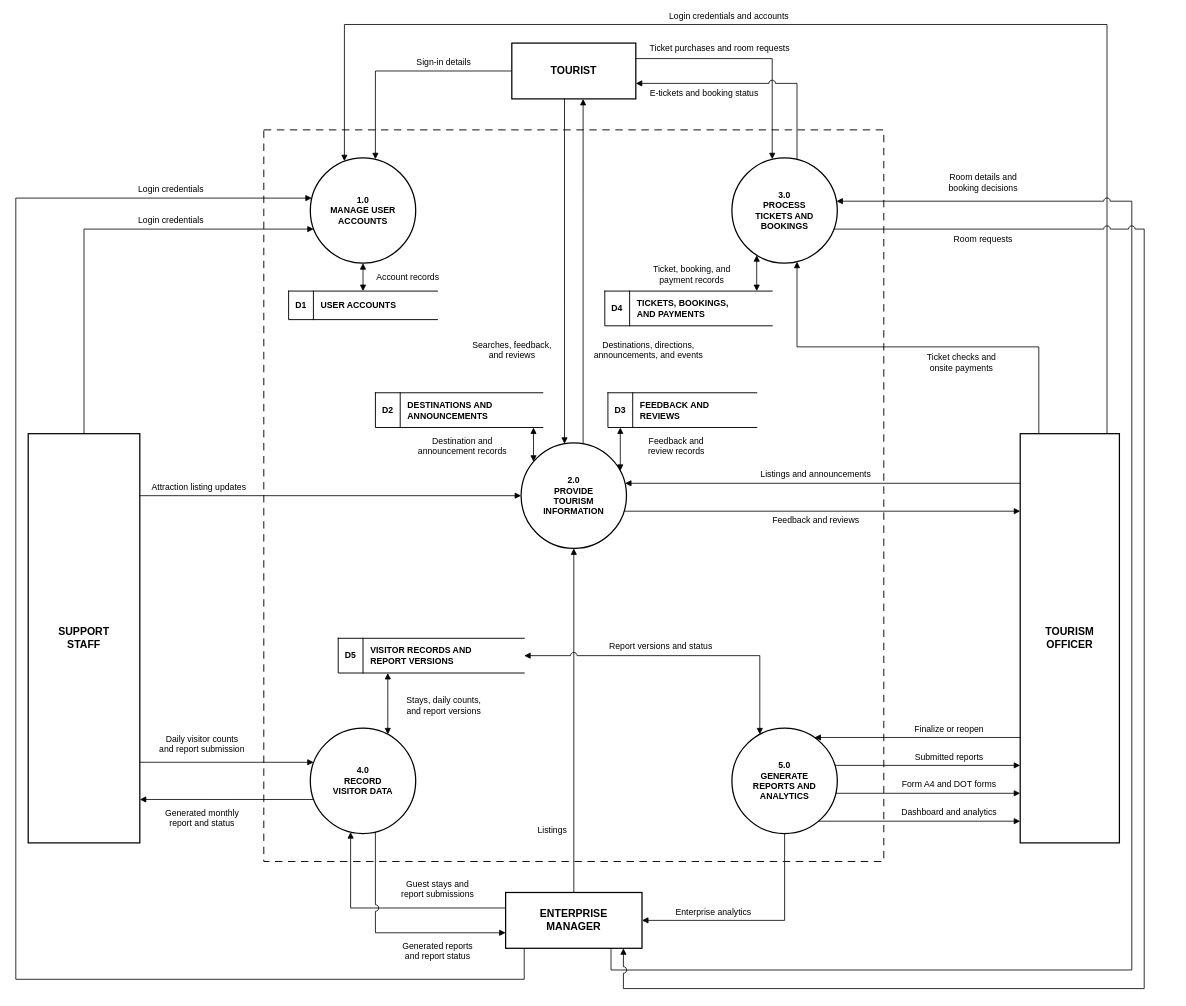
This is docs/diagrams/ztims-top-level-diagram.drawio from jefee0101/ZTIMS, a draw.io file, before an edit. Source tidied: cells renumbered, new cells numbered last; positions are measured from the earlier drawing's top-left corner, leaving out a move shared by most shapes. Both pictures are drawn from the tidied source at 62%, with x=0, y=0 at pixel (16, 24).
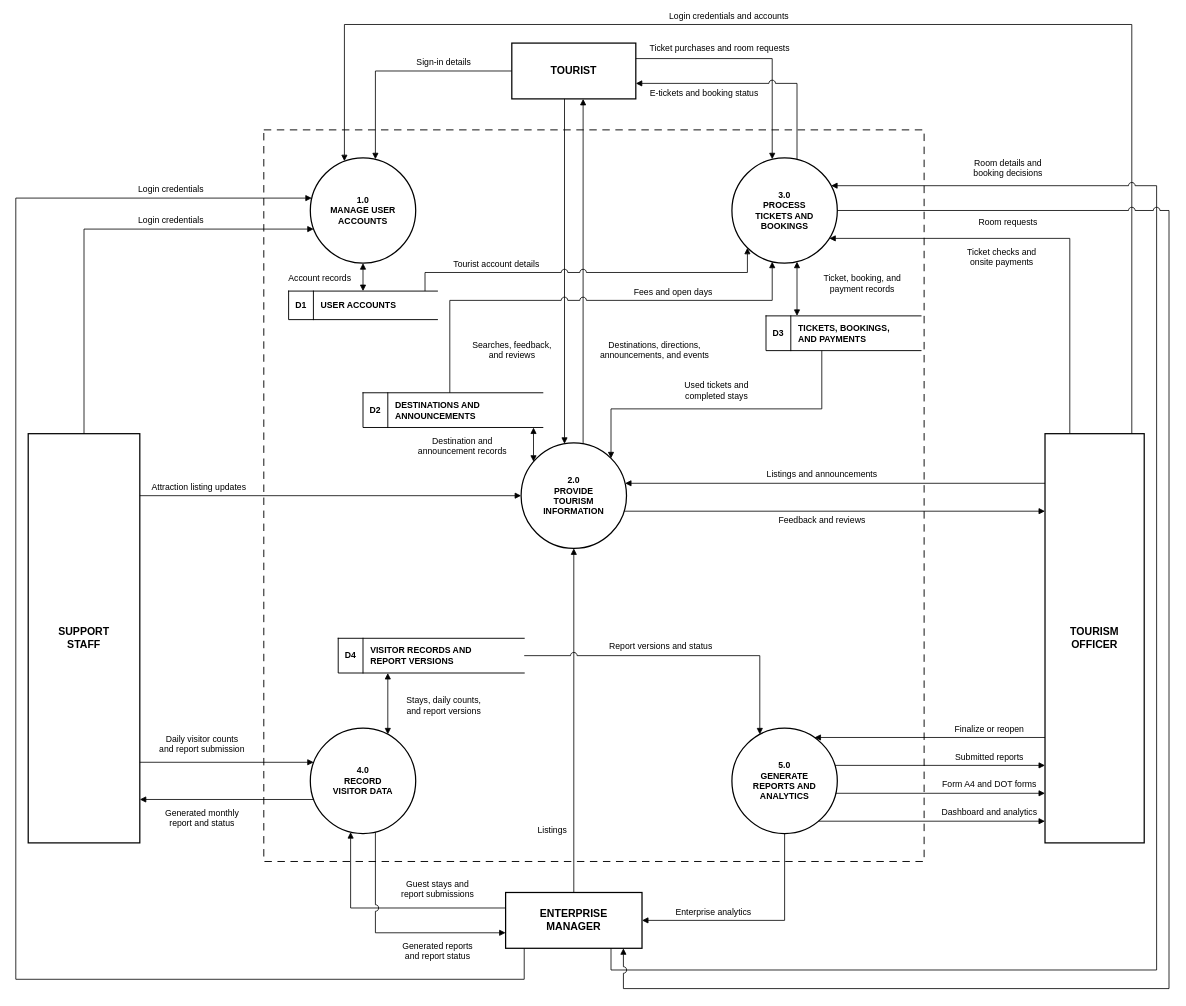
The same diagram, later.

Commit message (it also covers changes not shown here):
Figure 5: keep only data stores shared by two or more processes

Drops the feedback-and-reviews store (used by 2.0 alone) and draws the
real reads that make the other stores shared: account details and fees
for purchases, used tickets and completed stays for reviews.

Claude-Session: https://claude.ai/code/session_01KDNTRHj1XQUXovvpA1ypSB

The change refers to these unchanged cells:
```xml
<mxCell id="3" value="TOURIST" style="rounded=0;whiteSpace=wrap;html=1;fillColor=#ffffff;strokeColor=#000000;strokeWidth=2;fontColor=#000000;fontStyle=1;fontSize=17;" parent="1" vertex="1">
  <mxGeometry x="800" y="30" width="200" height="90" as="geometry" />
</mxCell>
<mxCell id="6" value="ENTERPRISE&lt;br&gt;MANAGER" style="rounded=0;whiteSpace=wrap;html=1;fillColor=#ffffff;strokeColor=#000000;strokeWidth=2;fontColor=#000000;fontStyle=1;fontSize=17;" parent="1" vertex="1">
  <mxGeometry x="790" y="1400" width="220" height="90" as="geometry" />
</mxCell>
<mxCell id="7" value="1.0&lt;br&gt;MANAGE USER&lt;br&gt;ACCOUNTS" style="ellipse;whiteSpace=wrap;html=1;fillColor=#ffffff;strokeColor=#000000;strokeWidth=2;fontColor=#000000;fontStyle=1;fontSize=14;" parent="1" vertex="1">
  <mxGeometry x="475" y="215" width="170" height="170" as="geometry" />
</mxCell>
<mxCell id="8" value="3.0&lt;br&gt;PROCESS&lt;br&gt;TICKETS AND&lt;br&gt;BOOKINGS" style="ellipse;whiteSpace=wrap;html=1;fillColor=#ffffff;strokeColor=#000000;strokeWidth=2;fontColor=#000000;fontStyle=1;fontSize=14;" parent="1" vertex="1">
  <mxGeometry x="1155" y="215" width="170" height="170" as="geometry" />
</mxCell>
<mxCell id="9" value="2.0&lt;br&gt;PROVIDE&lt;br&gt;TOURISM&lt;br&gt;INFORMATION" style="ellipse;whiteSpace=wrap;html=1;fillColor=#ffffff;strokeColor=#000000;strokeWidth=2;fontColor=#000000;fontStyle=1;fontSize=14;" parent="1" vertex="1">
  <mxGeometry x="815" y="675" width="170" height="170" as="geometry" />
</mxCell>
<mxCell id="10" value="4.0&lt;br&gt;RECORD&lt;br&gt;VISITOR DATA" style="ellipse;whiteSpace=wrap;html=1;fillColor=#ffffff;strokeColor=#000000;strokeWidth=2;fontColor=#000000;fontStyle=1;fontSize=14;" parent="1" vertex="1">
  <mxGeometry x="475" y="1135" width="170" height="170" as="geometry" />
</mxCell>
<mxCell id="11" value="5.0&lt;br&gt;GENERATE&lt;br&gt;REPORTS AND&lt;br&gt;ANALYTICS" style="ellipse;whiteSpace=wrap;html=1;fillColor=#ffffff;strokeColor=#000000;strokeWidth=2;fontColor=#000000;fontStyle=1;fontSize=14;" parent="1" vertex="1">
  <mxGeometry x="1155" y="1135" width="170" height="170" as="geometry" />
</mxCell>
<mxCell id="12" value="USER ACCOUNTS" style="shape=partialRectangle;right=0;whiteSpace=wrap;html=1;align=left;spacingLeft=50;fillColor=#ffffff;strokeColor=#000000;strokeWidth=1.5;fontColor=#000000;fontStyle=1;fontSize=14;" parent="1" vertex="1">
  <mxGeometry x="440" y="430" width="240" height="46" as="geometry" />
</mxCell>
```

What changed in the source:
```diff
@@
     <mxCell id="2" style="rounded=0;dashed=1;dashPattern=8 6;fillColor=none;strokeColor=#000000;strokeWidth=1.5;html=1;" parent="1" vertex="1">
-      <mxGeometry x="400" y="170" width="1000" height="1180" as="geometry" />
+      <mxGeometry x="400" y="170" width="1065" height="1180" as="geometry" />
     </mxCell>
@@
     <mxCell id="5" value="TOURISM&lt;br&gt;OFFICER" style="rounded=0;whiteSpace=wrap;html=1;fillColor=#ffffff;strokeColor=#000000;strokeWidth=2;fontColor=#000000;fontStyle=1;fontSize=17;" parent="1" vertex="1">
-      <mxGeometry x="1620" y="660" width="160" height="660" as="geometry" />
+      <mxGeometry x="1660" y="660" width="160" height="660" as="geometry" />
     </mxCell>
@@
-    <mxCell id="14" value="TICKETS, BOOKINGS,&lt;br&gt;AND PAYMENTS" style="shape=partialRectangle;right=0;whiteSpace=wrap;html=1;align=left;spacingLeft=50;fillColor=#ffffff;strokeColor=#000000;strokeWidth=1.5;fontColor=#000000;fontStyle=1;fontSize=14;" parent="1" vertex="1">
-      <mxGeometry x="950" y="430" width="270" height="56" as="geometry" />
-    </mxCell>
-    <mxCell id="15" value="D4" style="shape=partialRectangle;top=0;bottom=0;left=0;whiteSpace=wrap;html=1;fillColor=none;strokeColor=#000000;strokeWidth=1.5;fontColor=#000000;fontStyle=1;fontSize=14;" parent="1" vertex="1">
-      <mxGeometry x="950" y="430" width="40" height="56" as="geometry" />
-    </mxCell>
     <mxCell id="16" value="DESTINATIONS AND&lt;br&gt;ANNOUNCEMENTS" style="shape=partialRectangle;right=0;whiteSpace=wrap;html=1;align=left;spacingLeft=50;fillColor=#ffffff;strokeColor=#000000;strokeWidth=1.5;fontColor=#000000;fontStyle=1;fontSize=14;" parent="1" vertex="1">
-      <mxGeometry x="580" y="594" width="270" height="56" as="geometry" />
+      <mxGeometry x="560" y="594" width="290" height="56" as="geometry" />
     </mxCell>
     <mxCell id="17" value="D2" style="shape=partialRectangle;top=0;bottom=0;left=0;whiteSpace=wrap;html=1;fillColor=none;strokeColor=#000000;strokeWidth=1.5;fontColor=#000000;fontStyle=1;fontSize=14;" parent="1" vertex="1">
-      <mxGeometry x="580" y="594" width="40" height="56" as="geometry" />
+      <mxGeometry x="560" y="594" width="40" height="56" as="geometry" />
     </mxCell>
-    <mxCell id="18" value="FEEDBACK AND&lt;br&gt;REVIEWS" style="shape=partialRectangle;right=0;whiteSpace=wrap;html=1;align=left;spacingLeft=50;fillColor=#ffffff;strokeColor=#000000;strokeWidth=1.5;fontColor=#000000;fontStyle=1;fontSize=14;" parent="1" vertex="1">
-      <mxGeometry x="955" y="594" width="240" height="56" as="geometry" />
+    <mxCell id="18" value="TICKETS, BOOKINGS,&lt;br&gt;AND PAYMENTS" style="shape=partialRectangle;right=0;whiteSpace=wrap;html=1;align=left;spacingLeft=50;fillColor=#ffffff;strokeColor=#000000;strokeWidth=1.5;fontColor=#000000;fontStyle=1;fontSize=14;" parent="1" vertex="1">
+      <mxGeometry x="1210" y="470" width="250" height="56" as="geometry" />
     </mxCell>
     <mxCell id="19" value="D3" style="shape=partialRectangle;top=0;bottom=0;left=0;whiteSpace=wrap;html=1;fillColor=none;strokeColor=#000000;strokeWidth=1.5;fontColor=#000000;fontStyle=1;fontSize=14;" parent="1" vertex="1">
-      <mxGeometry x="955" y="594" width="40" height="56" as="geometry" />
+      <mxGeometry x="1210" y="470" width="40" height="56" as="geometry" />
     </mxCell>
-    <mxCell id="20" value="VISITOR RECORDS AND&lt;br&gt;REPORT VERSIONS" style="shape=partialRectangle;right=0;whiteSpace=wrap;html=1;align=left;spacingLeft=50;fillColor=#ffffff;strokeColor=#000000;strokeWidth=1.5;fontColor=#000000;fontStyle=1;fontSize=14;" parent="1" vertex="1">
-      <mxGeometry x="520" y="990" width="300" height="56" as="geometry" />
-    </mxCell>
-    <mxCell id="21" value="D5" style="shape=partialRectangle;top=0;bottom=0;left=0;whiteSpace=wrap;html=1;fillColor=none;strokeColor=#000000;strokeWidth=1.5;fontColor=#000000;fontStyle=1;fontSize=14;" parent="1" vertex="1">
-      <mxGeometry x="520" y="990" width="40" height="56" as="geometry" />
-    </mxCell>
+    <mxCell id="14" value="VISITOR RECORDS AND&lt;br&gt;REPORT VERSIONS" style="shape=partialRectangle;right=0;whiteSpace=wrap;html=1;align=left;spacingLeft=50;fillColor=#ffffff;strokeColor=#000000;strokeWidth=1.5;fontColor=#000000;fontStyle=1;fontSize=14;" parent="1" vertex="1">
+      <mxGeometry x="520" y="990" width="300" height="56" as="geometry" />
+    </mxCell>
+    <mxCell id="15" value="D4" style="shape=partialRectangle;top=0;bottom=0;left=0;whiteSpace=wrap;html=1;fillColor=none;strokeColor=#000000;strokeWidth=1.5;fontColor=#000000;fontStyle=1;fontSize=14;" parent="1" vertex="1">
+      <mxGeometry x="520" y="990" width="40" height="56" as="geometry" />
+    </mxCell>
@@
     <mxCell id="26" value="Destinations, directions,&lt;br&gt;announcements, and events" style="edgeStyle=none;rounded=0;html=1;endArrow=block;endFill=1;endSize=7;strokeColor=#000000;strokeWidth=1.3;fontColor=#000000;fontSize=14;labelBackgroundColor=none;jumpStyle=arc;jumpSize=10;exitX=0.5882;exitY=0.0078;exitPerimeter=0;entryX=0.5750;entryY=1.0000;entryPerimeter=0;" parent="1" edge="1" source="9" target="3">
       <mxGeometry relative="1" as="geometry">
-        <mxPoint x="105" y="126.8" as="offset" />
+        <mxPoint x="115" y="126.8" as="offset" />
       </mxGeometry>
     </mxCell>
@@
     <mxCell id="31" value="Login credentials and accounts" style="edgeStyle=none;rounded=0;html=1;endArrow=block;endFill=1;endSize=7;strokeColor=#000000;strokeWidth=1.3;fontColor=#000000;fontSize=14;labelBackgroundColor=none;jumpStyle=arc;jumpSize=10;exitX=0.8750;exitY=0.0000;exitPerimeter=0;entryX=0.3235;entryY=0.0322;entryPerimeter=0;" parent="1" edge="1" source="5" target="7">
       <mxGeometry relative="1" as="geometry">
         <Array as="points">
-          <mxPoint x="1760" />
+          <mxPoint x="1800" />
           <mxPoint x="530" />
         </Array>
-        <mxPoint x="-214.8" y="-14" as="offset" />
+        <mxPoint x="-234.8" y="-14" as="offset" />
       </mxGeometry>
     </mxCell>
-    <mxCell id="32" value="Ticket checks and&lt;br&gt;onsite payments" style="edgeStyle=none;rounded=0;html=1;endArrow=block;endFill=1;endSize=7;strokeColor=#000000;strokeWidth=1.3;fontColor=#000000;fontSize=14;labelBackgroundColor=none;jumpStyle=arc;jumpSize=10;exitX=0.1875;exitY=0.0000;exitPerimeter=0;entryX=0.6176;entryY=0.9860;entryPerimeter=0;" parent="1" edge="1" source="5" target="8">
+    <mxCell id="32" value="Ticket checks and&lt;br&gt;onsite payments" style="edgeStyle=none;rounded=0;html=1;endArrow=block;endFill=1;endSize=7;strokeColor=#000000;strokeWidth=1.3;fontColor=#000000;fontSize=14;labelBackgroundColor=none;jumpStyle=arc;jumpSize=10;exitX=0.2500;exitY=0.0000;exitPerimeter=0;entryX=0.9242;entryY=0.7647;entryPerimeter=0;" parent="1" edge="1" source="5" target="8">
       <mxGeometry relative="1" as="geometry">
         <Array as="points">
-          <mxPoint x="1650" y="520" />
-          <mxPoint x="1260" y="520" />
+          <mxPoint x="1700" y="345" />
         </Array>
-        <mxPoint x="68.7" y="25" as="offset" />
+        <mxPoint x="-73.6" y="30" as="offset" />
       </mxGeometry>
     </mxCell>
     <mxCell id="33" value="Listings and announcements" style="edgeStyle=none;rounded=0;html=1;endArrow=block;endFill=1;endSize=7;strokeColor=#000000;strokeWidth=1.3;fontColor=#000000;fontSize=14;labelBackgroundColor=none;jumpStyle=arc;jumpSize=10;exitX=0.0000;exitY=0.1212;exitPerimeter=0;entryX=0.9860;entryY=0.3824;entryPerimeter=0;" parent="1" edge="1" source="5" target="9">
       <mxGeometry relative="1" as="geometry">
-        <mxPoint x="-11.3" y="-14" as="offset" />
+        <mxPoint x="-21.3" y="-14" as="offset" />
       </mxGeometry>
     </mxCell>
     <mxCell id="34" value="Feedback and reviews" style="edgeStyle=none;rounded=0;html=1;endArrow=block;endFill=1;endSize=7;strokeColor=#000000;strokeWidth=1.3;fontColor=#000000;fontSize=14;labelBackgroundColor=none;jumpStyle=arc;jumpSize=10;exitX=0.9779;exitY=0.6471;exitPerimeter=0;entryX=0.0000;entryY=0.1894;entryPerimeter=0;" parent="1" edge="1" source="9" target="5">
       <mxGeometry relative="1" as="geometry">
-        <mxPoint x="-10.6" y="15" as="offset" />
+        <mxPoint x="-20.6" y="15" as="offset" />
       </mxGeometry>
     </mxCell>
     <mxCell id="35" value="Finalize or reopen" style="edgeStyle=none;rounded=0;html=1;endArrow=block;endFill=1;endSize=7;strokeColor=#000000;strokeWidth=1.3;fontColor=#000000;fontSize=14;labelBackgroundColor=none;jumpStyle=arc;jumpSize=10;exitX=0.0000;exitY=0.7424;exitPerimeter=0;entryX=0.7836;entryY=0.0882;entryPerimeter=0;" parent="1" edge="1" source="5" target="11">
       <mxGeometry relative="1" as="geometry">
-        <mxPoint x="50.9" y="-14" as="offset" />
+        <mxPoint x="95.9" y="-14" as="offset" />
       </mxGeometry>
     </mxCell>
     <mxCell id="36" value="Submitted reports" style="edgeStyle=none;rounded=0;html=1;endArrow=block;endFill=1;endSize=7;strokeColor=#000000;strokeWidth=1.3;fontColor=#000000;fontSize=14;labelBackgroundColor=none;jumpStyle=arc;jumpSize=10;exitX=0.9779;exitY=0.3529;exitPerimeter=0;entryX=0.0000;entryY=0.8106;entryPerimeter=0;" parent="1" edge="1" source="11" target="5">
       <mxGeometry relative="1" as="geometry">
-        <mxPoint x="34.4" y="-14" as="offset" />
+        <mxPoint x="79.4" y="-14" as="offset" />
       </mxGeometry>
     </mxCell>
     <mxCell id="37" value="Form A4 and DOT forms" style="edgeStyle=none;rounded=0;html=1;endArrow=block;endFill=1;endSize=7;strokeColor=#000000;strokeWidth=1.3;fontColor=#000000;fontSize=14;labelBackgroundColor=none;jumpStyle=arc;jumpSize=10;exitX=0.9860;exitY=0.6176;exitPerimeter=0;entryX=0.0000;entryY=0.8788;entryPerimeter=0;" parent="1" edge="1" source="11" target="5">
       <mxGeometry relative="1" as="geometry">
-        <mxPoint x="33.7" y="-14" as="offset" />
+        <mxPoint x="78.7" y="-14" as="offset" />
       </mxGeometry>
     </mxCell>
     <mxCell id="38" value="Dashboard and analytics" style="edgeStyle=none;rounded=0;html=1;endArrow=block;endFill=1;endSize=7;strokeColor=#000000;strokeWidth=1.3;fontColor=#000000;fontSize=14;labelBackgroundColor=none;jumpStyle=arc;jumpSize=10;exitX=0.8222;exitY=0.8824;exitPerimeter=0;entryX=0.0000;entryY=0.9470;entryPerimeter=0;" parent="1" edge="1" source="11" target="5">
       <mxGeometry relative="1" as="geometry">
-        <mxPoint x="47.6" y="-14" as="offset" />
+        <mxPoint x="92.6" y="-14" as="offset" />
       </mxGeometry>
     </mxCell>
@@
-    <mxCell id="44" value="Room details and&lt;br&gt;booking decisions" style="edgeStyle=none;rounded=0;html=1;endArrow=block;endFill=1;endSize=7;strokeColor=#000000;strokeWidth=1.3;fontColor=#000000;fontSize=14;labelBackgroundColor=none;jumpStyle=arc;jumpSize=10;exitX=0.7727;exitY=1.0000;exitPerimeter=0;entryX=0.9922;entryY=0.4118;entryPerimeter=0;" parent="1" edge="1" source="6" target="8">
+    <mxCell id="44" value="Room details and&lt;br&gt;booking decisions" style="edgeStyle=none;rounded=0;html=1;endArrow=block;endFill=1;endSize=7;strokeColor=#000000;strokeWidth=1.3;fontColor=#000000;fontSize=14;labelBackgroundColor=none;jumpStyle=arc;jumpSize=10;exitX=0.7727;exitY=1.0000;exitPerimeter=0;entryX=0.9412;entryY=0.2647;entryPerimeter=0;" parent="1" edge="1" source="6" target="8">
       <mxGeometry relative="1" as="geometry">
         <Array as="points">
           <mxPoint x="960" y="1525" />
-          <mxPoint x="1800" y="1525" />
-          <mxPoint x="1800" y="285" />
+          <mxPoint x="1840" y="1525" />
+          <mxPoint x="1840" y="260" />
         </Array>
-        <mxPoint x="-240" y="-849.3" as="offset" />
+        <mxPoint x="-240" y="-857.5" as="offset" />
       </mxGeometry>
     </mxCell>
-    <mxCell id="45" value="Room requests" style="edgeStyle=none;rounded=0;html=1;endArrow=block;endFill=1;endSize=7;strokeColor=#000000;strokeWidth=1.3;fontColor=#000000;fontSize=14;labelBackgroundColor=none;jumpStyle=arc;jumpSize=10;exitX=0.9678;exitY=0.6765;exitPerimeter=0;entryX=0.8636;entryY=1.0000;entryPerimeter=0;" parent="1" edge="1" source="8" target="6">
+    <mxCell id="45" value="Room requests" style="edgeStyle=none;rounded=0;html=1;endArrow=block;endFill=1;endSize=7;strokeColor=#000000;strokeWidth=1.3;fontColor=#000000;fontSize=14;labelBackgroundColor=none;jumpStyle=arc;jumpSize=10;exitX=1.0000;exitY=0.5000;exitPerimeter=0;entryX=0.8636;entryY=1.0000;entryPerimeter=0;" parent="1" edge="1" source="8" target="6">
       <mxGeometry relative="1" as="geometry">
         <Array as="points">
-          <mxPoint x="1820" y="330" />
-          <mxPoint x="1820" y="1555" />
+          <mxPoint x="1860" y="300" />
+          <mxPoint x="1860" y="1555" />
           <mxPoint x="980" y="1555" />
         </Array>
-        <mxPoint x="-260" y="-798.8" as="offset" />
+        <mxPoint x="-260" y="-814.5" as="offset" />
       </mxGeometry>
     </mxCell>
     <mxCell id="46" value="Account records" style="edgeStyle=none;rounded=0;html=1;endArrow=block;endFill=1;endSize=7;strokeColor=#000000;strokeWidth=1.3;fontColor=#000000;fontSize=14;labelBackgroundColor=none;jumpStyle=arc;jumpSize=10;startArrow=block;startFill=1;startSize=7;exitX=0.5000;exitY=1.0000;exitPerimeter=0;entryX=0.5000;entryY=0.0000;entryPerimeter=0;" parent="1" edge="1" source="7" target="12">
       <mxGeometry relative="1" as="geometry">
-        <mxPoint x="72" y="-0.5" as="offset" />
+        <mxPoint x="-70" y="0.5" as="offset" />
       </mxGeometry>
     </mxCell>
-    <mxCell id="47" value="Ticket, booking, and&lt;br&gt;payment records" style="edgeStyle=none;rounded=0;html=1;endArrow=block;endFill=1;endSize=7;strokeColor=#000000;strokeWidth=1.3;fontColor=#000000;fontSize=14;labelBackgroundColor=none;jumpStyle=arc;jumpSize=10;startArrow=block;startFill=1;startSize=7;exitX=0.2353;exitY=0.9242;exitPerimeter=0;entryX=0.9074;entryY=0.0000;entryPerimeter=0;" parent="1" edge="1" source="8" target="14">
+    <mxCell id="47" value="Tourist account details" style="edgeStyle=none;rounded=0;html=1;endArrow=block;endFill=1;endSize=7;strokeColor=#000000;strokeWidth=1.3;fontColor=#000000;fontSize=14;labelBackgroundColor=none;jumpStyle=arc;jumpSize=10;exitX=0.9167;exitY=0.0000;exitPerimeter=0;entryX=0.1471;entryY=0.8542;entryPerimeter=0;" parent="1" edge="1" source="12" target="8">
       <mxGeometry relative="1" as="geometry">
-        <mxPoint x="-105" y="1.9" as="offset" />
+        <Array as="points">
+          <mxPoint x="660" y="400" />
+          <mxPoint x="1180" y="400" />
+        </Array>
+        <mxPoint x="-149.9" y="-14" as="offset" />
       </mxGeometry>
     </mxCell>
-    <mxCell id="48" value="Destination and&lt;br&gt;announcement records" style="edgeStyle=none;rounded=0;html=1;endArrow=block;endFill=1;endSize=7;strokeColor=#000000;strokeWidth=1.3;fontColor=#000000;fontSize=14;labelBackgroundColor=none;jumpStyle=arc;jumpSize=10;startArrow=block;startFill=1;startSize=7;exitX=0.1176;exitY=0.1778;exitPerimeter=0;entryX=0.9444;entryY=1.0000;entryPerimeter=0;" parent="1" edge="1" source="9" target="16">
+    <mxCell id="48" value="Destination and&lt;br&gt;announcement records" style="edgeStyle=none;rounded=0;html=1;endArrow=block;endFill=1;endSize=7;strokeColor=#000000;strokeWidth=1.3;fontColor=#000000;fontSize=14;labelBackgroundColor=none;jumpStyle=arc;jumpSize=10;startArrow=block;startFill=1;startSize=7;exitX=0.1176;exitY=0.1778;exitPerimeter=0;entryX=0.9483;entryY=1.0000;entryPerimeter=0;" parent="1" edge="1" source="9" target="16">
       <mxGeometry relative="1" as="geometry">
         <mxPoint x="-115" y="2.4" as="offset" />
       </mxGeometry>
     </mxCell>
-    <mxCell id="49" value="Feedback and&lt;br&gt;review records" style="edgeStyle=none;rounded=0;html=1;endArrow=block;endFill=1;endSize=7;strokeColor=#000000;strokeWidth=1.3;fontColor=#000000;fontSize=14;labelBackgroundColor=none;jumpStyle=arc;jumpSize=10;startArrow=block;startFill=1;startSize=7;exitX=0.9412;exitY=0.2647;exitPerimeter=0;entryX=0.0833;entryY=1.0000;entryPerimeter=0;" parent="1" edge="1" source="9" target="18">
+    <mxCell id="49" value="Fees and open days" style="edgeStyle=none;rounded=0;html=1;endArrow=block;endFill=1;endSize=7;strokeColor=#000000;strokeWidth=1.3;fontColor=#000000;fontSize=14;labelBackgroundColor=none;jumpStyle=arc;jumpSize=10;exitX=0.4828;exitY=0.0000;exitPerimeter=0;entryX=0.3824;entryY=0.9860;entryPerimeter=0;" parent="1" edge="1" source="16" target="8">
       <mxGeometry relative="1" as="geometry">
-        <mxPoint x="90" y="-5" as="offset" />
+        <Array as="points">
+          <mxPoint x="700" y="445" />
+          <mxPoint x="1220" y="445" />
+        </Array>
+        <mxPoint x="143.3" y="-14" as="offset" />
       </mxGeometry>
     </mxCell>
-    <mxCell id="50" value="Stays, daily counts,&lt;br&gt;and report versions" style="edgeStyle=none;rounded=0;html=1;endArrow=block;endFill=1;endSize=7;strokeColor=#000000;strokeWidth=1.3;fontColor=#000000;fontSize=14;labelBackgroundColor=none;jumpStyle=arc;jumpSize=10;startArrow=block;startFill=1;startSize=7;exitX=0.7353;exitY=0.0588;exitPerimeter=0;entryX=0.2667;entryY=1.0000;entryPerimeter=0;" parent="1" edge="1" source="10" target="20">
+    <mxCell id="50" value="Ticket, booking, and&lt;br&gt;payment records" style="edgeStyle=none;rounded=0;html=1;endArrow=block;endFill=1;endSize=7;strokeColor=#000000;strokeWidth=1.3;fontColor=#000000;fontSize=14;labelBackgroundColor=none;jumpStyle=arc;jumpSize=10;startArrow=block;startFill=1;startSize=7;exitX=0.6176;exitY=0.9860;exitPerimeter=0;entryX=0.2000;entryY=0.0000;entryPerimeter=0;" parent="1" edge="1" source="8" target="18">
       <mxGeometry relative="1" as="geometry">
-        <mxPoint x="90" y="2.5" as="offset" />
+        <mxPoint x="105" y="-8.3" as="offset" />
       </mxGeometry>
     </mxCell>
-    <mxCell id="51" value="Report versions and status" style="edgeStyle=none;rounded=0;html=1;endArrow=block;endFill=1;endSize=7;strokeColor=#000000;strokeWidth=1.3;fontColor=#000000;fontSize=14;labelBackgroundColor=none;jumpStyle=arc;jumpSize=10;startArrow=block;startFill=1;startSize=7;exitX=1.0000;exitY=0.5000;exitPerimeter=0;entryX=0.2647;entryY=0.0588;entryPerimeter=0;" parent="1" edge="1" source="20" target="11">
+    <mxCell id="51" value="Used tickets and&lt;br&gt;completed stays" style="edgeStyle=none;rounded=0;html=1;endArrow=block;endFill=1;endSize=7;strokeColor=#000000;strokeWidth=1.3;fontColor=#000000;fontSize=14;labelBackgroundColor=none;jumpStyle=arc;jumpSize=10;exitX=0.3600;exitY=1.0000;exitPerimeter=0;entryX=0.8529;entryY=0.1458;entryPerimeter=0;" parent="1" edge="1" source="18" target="9">
       <mxGeometry relative="1" as="geometry">
         <Array as="points">
-          <mxPoint x="1200" y="1018" />
+          <mxPoint x="1300" y="620" />
+          <mxPoint x="960" y="620" />
         </Array>
-        <mxPoint x="-33.5" y="-16" as="offset" />
+        <mxPoint x="-7.1" y="-30" as="offset" />
       </mxGeometry>
     </mxCell>
+    <mxCell id="52" value="Stays, daily counts,&lt;br&gt;and report versions" style="edgeStyle=none;rounded=0;html=1;endArrow=block;endFill=1;endSize=7;strokeColor=#000000;strokeWidth=1.3;fontColor=#000000;fontSize=14;labelBackgroundColor=none;jumpStyle=arc;jumpSize=10;startArrow=block;startFill=1;startSize=7;exitX=0.7353;exitY=0.0588;exitPerimeter=0;entryX=0.2667;entryY=1.0000;entryPerimeter=0;" parent="1" edge="1" source="10" target="14">
+      <mxGeometry relative="1" as="geometry">
+        <mxPoint x="90" y="2.5" as="offset" />
+      </mxGeometry>
+    </mxCell>
+    <mxCell id="53" value="Report versions and status" style="edgeStyle=none;rounded=0;html=1;endArrow=block;endFill=1;endSize=7;strokeColor=#000000;strokeWidth=1.3;fontColor=#000000;fontSize=14;labelBackgroundColor=none;jumpStyle=arc;jumpSize=10;exitX=1.0000;exitY=0.5000;exitPerimeter=0;entryX=0.2647;entryY=0.0588;entryPerimeter=0;" parent="1" edge="1" source="14" target="11">
+      <mxGeometry relative="1" as="geometry">
+        <Array as="points">
+          <mxPoint x="1200" y="1018" />
+        </Array>
+        <mxPoint x="-33.5" y="-16" as="offset" />
+      </mxGeometry>
+    </mxCell>
```
